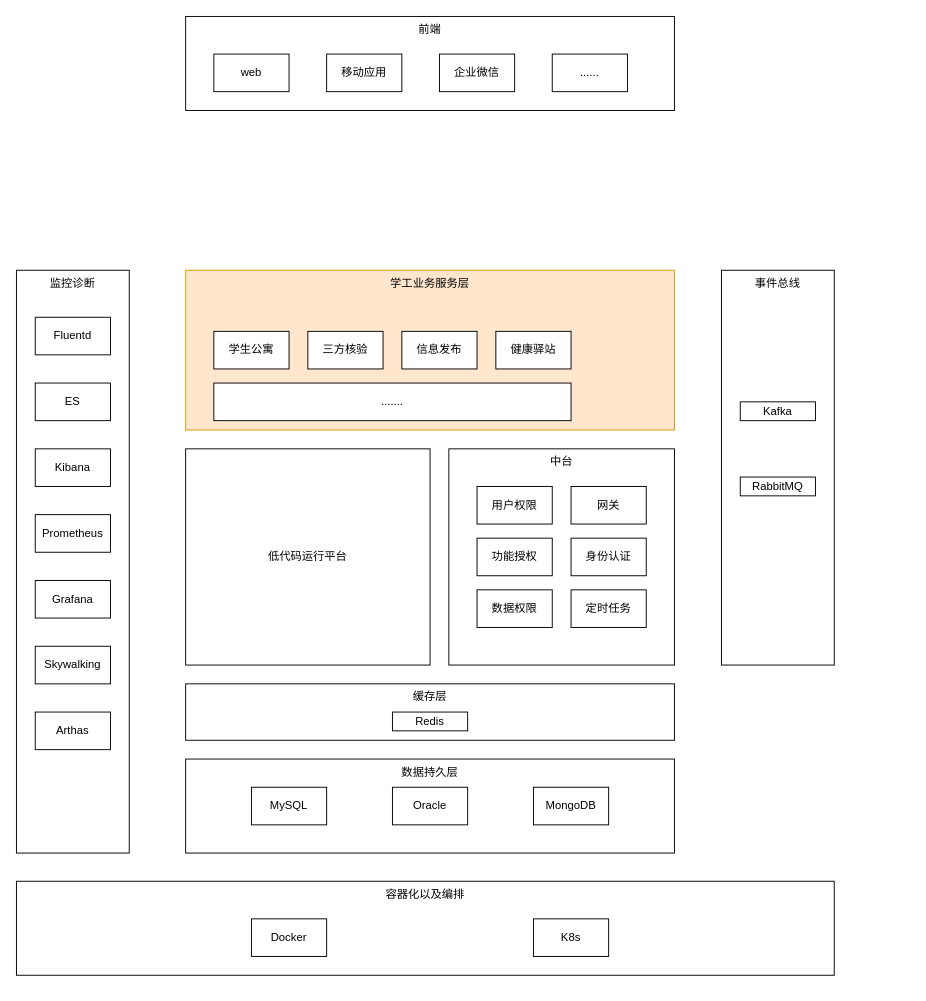
This is 学工技术架构.drawio from ProgrammerLZ/drawio, a draw.io file, before an edit. Source tidied: cells renumbered, new cells numbered last; positions are measured from the earlier drawing's top-left corner, leaving out a move shared by most shapes. Both pictures are drawn from the tidied source at 94%, with x=0, y=0 at pixel (16, 16).
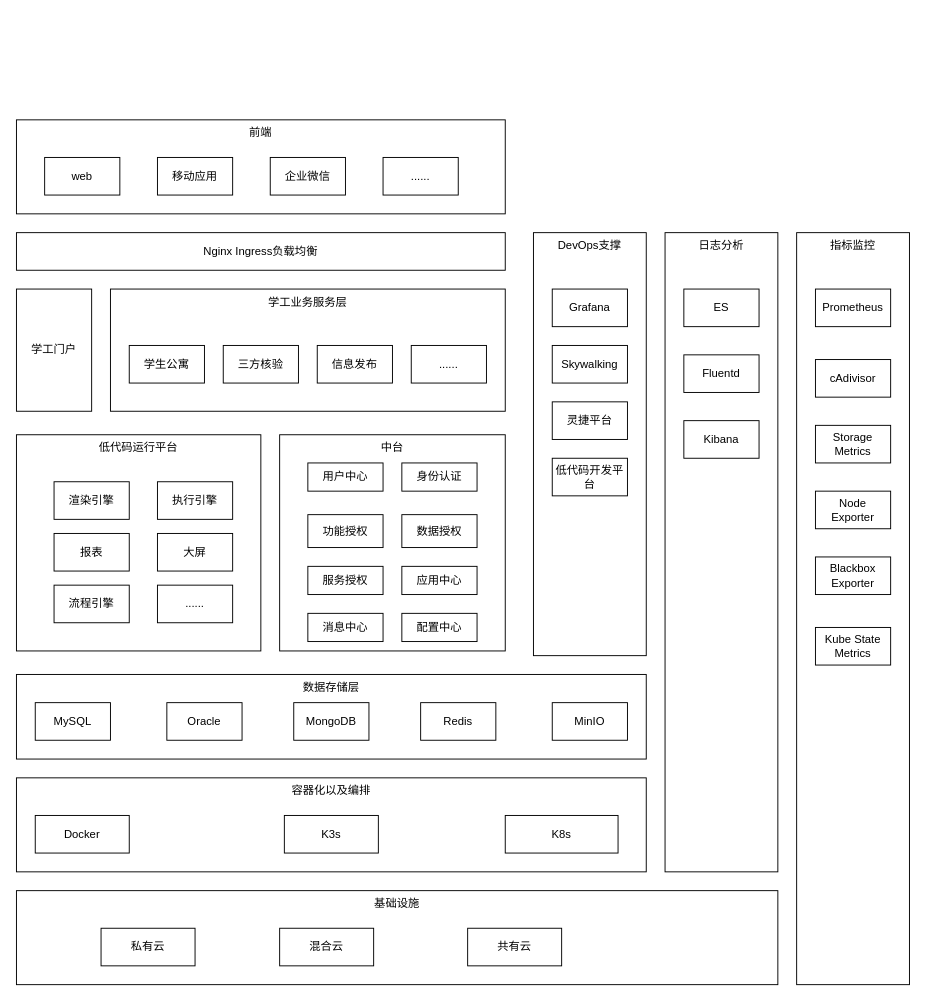
The same page after the edit.

Commit message:
更新学工技术架构.drawio

Change to the diagram source:
```diff
@@
+    <mxCell id="41" value="DevOps支撑" style="rounded=0;whiteSpace=wrap;html=1;verticalAlign=top;" parent="1" vertex="1">
+      <mxGeometry x="550" y="230" width="120" height="450" as="geometry" />
+    </mxCell>
+    <mxCell id="42" value="指标监控" style="rounded=0;whiteSpace=wrap;html=1;verticalAlign=top;" parent="1" vertex="1">
+      <mxGeometry x="830" y="230" width="120" height="800" as="geometry" />
+    </mxCell>
-    <mxCell id="2" value="学工业务服务层" style="rounded=0;whiteSpace=wrap;html=1;verticalAlign=top;fillColor=#ffe6cc;strokeColor=#d79b00;" parent="1" vertex="1">
-      <mxGeometry x="180" y="270" width="520" height="170" as="geometry" />
+    <mxCell id="2" value="学工业务服务层" style="rounded=0;whiteSpace=wrap;html=1;verticalAlign=top;" parent="1" vertex="1">
+      <mxGeometry x="100" y="290" width="420" height="130" as="geometry" />
     </mxCell>
     <mxCell id="3" value="学生公寓" style="rounded=0;whiteSpace=wrap;html=1;" parent="1" vertex="1">
-      <mxGeometry x="210" y="335" width="80" height="40" as="geometry" />
+      <mxGeometry x="120" y="350" width="80" height="40" as="geometry" />
     </mxCell>
-    <mxCell id="4" value="低代码运行平台" style="rounded=0;whiteSpace=wrap;html=1;verticalAlign=middle;" parent="1" vertex="1">
-      <mxGeometry x="180" y="460" width="260" height="230" as="geometry" />
+    <mxCell id="4" value="低代码运行平台" style="rounded=0;whiteSpace=wrap;html=1;verticalAlign=top;" parent="1" vertex="1">
+      <mxGeometry y="445" width="260" height="230" as="geometry" />
     </mxCell>
     <mxCell id="5" value="三方核验" style="rounded=0;whiteSpace=wrap;html=1;" parent="1" vertex="1">
-      <mxGeometry x="310" y="335" width="80" height="40" as="geometry" />
+      <mxGeometry x="220" y="350" width="80" height="40" as="geometry" />
     </mxCell>
     <mxCell id="6" value="信息发布" style="rounded=0;whiteSpace=wrap;html=1;" parent="1" vertex="1">
-      <mxGeometry x="410" y="335" width="80" height="40" as="geometry" />
+      <mxGeometry x="320" y="350" width="80" height="40" as="geometry" />
     </mxCell>
-    <mxCell id="7" value="健康驿站" style="rounded=0;whiteSpace=wrap;html=1;" parent="1" vertex="1">
-      <mxGeometry x="510" y="335" width="80" height="40" as="geometry" />
+    <mxCell id="7" value="学工门户" style="rounded=0;whiteSpace=wrap;html=1;" parent="1" vertex="1">
+      <mxGeometry y="290" width="80" height="130" as="geometry" />
     </mxCell>
-    <mxCell id="8" value="......." style="rounded=0;whiteSpace=wrap;html=1;" parent="1" vertex="1">
-      <mxGeometry x="210" y="390" width="380" height="40" as="geometry" />
-    </mxCell>
-    <mxCell id="9" value="数据持久层" style="rounded=0;whiteSpace=wrap;html=1;verticalAlign=top;" parent="1" vertex="1">
-      <mxGeometry x="180" y="790" width="520" height="100" as="geometry" />
+    <mxCell id="9" value="数据存储层" style="rounded=0;whiteSpace=wrap;html=1;verticalAlign=top;" parent="1" vertex="1">
+      <mxGeometry y="700" width="670" height="90" as="geometry" />
     </mxCell>
     <mxCell id="10" value="MySQL" style="rounded=0;whiteSpace=wrap;html=1;" parent="1" vertex="1">
-      <mxGeometry x="250" y="820" width="80" height="40" as="geometry" />
+      <mxGeometry x="20" y="730" width="80" height="40" as="geometry" />
     </mxCell>
     <mxCell id="11" value="Oracle" style="rounded=0;whiteSpace=wrap;html=1;" parent="1" vertex="1">
-      <mxGeometry x="400" y="820" width="80" height="40" as="geometry" />
+      <mxGeometry x="160" y="730" width="80" height="40" as="geometry" />
     </mxCell>
     <mxCell id="12" value="MongoDB" style="rounded=0;whiteSpace=wrap;html=1;" parent="1" vertex="1">
-      <mxGeometry x="550" y="820" width="80" height="40" as="geometry" />
+      <mxGeometry x="295" y="730" width="80" height="40" as="geometry" />
     </mxCell>
-    <mxCell id="13" value="缓存层" style="rounded=0;whiteSpace=wrap;html=1;verticalAlign=top;" parent="1" vertex="1">
-      <mxGeometry x="180" y="710" width="520" height="60" as="geometry" />
-    </mxCell>
     <mxCell id="14" value="Redis" style="rounded=0;whiteSpace=wrap;html=1;" parent="1" vertex="1">
-      <mxGeometry x="400" y="740" width="80" height="20" as="geometry" />
+      <mxGeometry x="430" y="730" width="80" height="40" as="geometry" />
     </mxCell>
-    <mxCell id="15" value="监控诊断" style="rounded=0;whiteSpace=wrap;html=1;verticalAlign=top;" parent="1" vertex="1">
-      <mxGeometry y="270" width="120" height="620" as="geometry" />
+    <mxCell id="15" value="日志分析" style="rounded=0;whiteSpace=wrap;html=1;verticalAlign=top;" parent="1" vertex="1">
+      <mxGeometry x="690" y="230" width="120" height="680" as="geometry" />
     </mxCell>
     <mxCell id="16" value="Fluentd" style="rounded=0;whiteSpace=wrap;html=1;" parent="1" vertex="1">
-      <mxGeometry x="20" y="320" width="80" height="40" as="geometry" />
+      <mxGeometry x="710" y="360" width="80" height="40" as="geometry" />
     </mxCell>
     <mxCell id="17" value="ES" style="rounded=0;whiteSpace=wrap;html=1;" parent="1" vertex="1">
-      <mxGeometry x="20" y="390" width="80" height="40" as="geometry" />
+      <mxGeometry x="710" y="290" width="80" height="40" as="geometry" />
     </mxCell>
-    <mxCell id="18" value="Kibana" style="rounded=0;whiteSpace=wrap;html=1;" parent="1" vertex="1">
-      <mxGeometry x="20" y="460" width="80" height="40" as="geometry" />
-    </mxCell>
     <mxCell id="19" value="Prometheus" style="rounded=0;whiteSpace=wrap;html=1;" parent="1" vertex="1">
-      <mxGeometry x="20" y="530" width="80" height="40" as="geometry" />
+      <mxGeometry x="850" y="290" width="80" height="40" as="geometry" />
     </mxCell>
     <mxCell id="20" value="Grafana" style="rounded=0;whiteSpace=wrap;html=1;" parent="1" vertex="1">
-      <mxGeometry x="20" y="600" width="80" height="40" as="geometry" />
+      <mxGeometry x="570" y="290" width="80" height="40" as="geometry" />
     </mxCell>
     <mxCell id="21" value="Skywalking" style="rounded=0;whiteSpace=wrap;html=1;" parent="1" vertex="1">
-      <mxGeometry x="20" y="670" width="80" height="40" as="geometry" />
+      <mxGeometry x="570" y="350" width="80" height="40" as="geometry" />
     </mxCell>
-    <mxCell id="22" value="事件总线" style="rounded=0;whiteSpace=wrap;html=1;verticalAlign=top;" parent="1" vertex="1">
-      <mxGeometry x="750" y="270" width="120" height="420" as="geometry" />
-    </mxCell>
-    <mxCell id="23" value="Kafka" style="rounded=0;whiteSpace=wrap;html=1;" parent="1" vertex="1">
-      <mxGeometry x="770" y="410" width="80" height="20" as="geometry" />
-    </mxCell>
-    <mxCell id="24" value="RabbitMQ" style="rounded=0;whiteSpace=wrap;html=1;" parent="1" vertex="1">
-      <mxGeometry x="770" y="490" width="80" height="20" as="geometry" />
-    </mxCell>
     <mxCell id="25" value="前端" style="rounded=0;whiteSpace=wrap;html=1;verticalAlign=top;" parent="1" vertex="1">
-      <mxGeometry x="180" width="520" height="100" as="geometry" />
+      <mxGeometry y="110" width="520" height="100" as="geometry" />
     </mxCell>
     <mxCell id="26" value="web" style="rounded=0;whiteSpace=wrap;html=1;" parent="1" vertex="1">
-      <mxGeometry x="210" y="40" width="80" height="40" as="geometry" />
+      <mxGeometry x="30" y="150" width="80" height="40" as="geometry" />
     </mxCell>
     <mxCell id="27" value="移动应用" style="rounded=0;whiteSpace=wrap;html=1;" parent="1" vertex="1">
-      <mxGeometry x="330" y="40" width="80" height="40" as="geometry" />
+      <mxGeometry x="150" y="150" width="80" height="40" as="geometry" />
     </mxCell>
     <mxCell id="28" value="企业微信" style="rounded=0;whiteSpace=wrap;html=1;" parent="1" vertex="1">
-      <mxGeometry x="450" y="40" width="80" height="40" as="geometry" />
+      <mxGeometry x="270" y="150" width="80" height="40" as="geometry" />
     </mxCell>
     <mxCell id="29" value="......" style="rounded=0;whiteSpace=wrap;html=1;" parent="1" vertex="1">
-      <mxGeometry x="570" y="40" width="80" height="40" as="geometry" />
+      <mxGeometry x="390" y="150" width="80" height="40" as="geometry" />
     </mxCell>
     <mxCell id="30" value="中台" style="rounded=0;whiteSpace=wrap;html=1;verticalAlign=top;" parent="1" vertex="1">
-      <mxGeometry x="460" y="460" width="240" height="230" as="geometry" />
+      <mxGeometry x="280" y="445" width="240" height="230" as="geometry" />
     </mxCell>
-    <mxCell id="31" value="用户权限" style="rounded=0;whiteSpace=wrap;html=1;" parent="1" vertex="1">
-      <mxGeometry x="490" y="500" width="80" height="40" as="geometry" />
+    <mxCell id="31" value="用户中心" style="rounded=0;whiteSpace=wrap;html=1;" parent="1" vertex="1">
+      <mxGeometry x="310" y="475" width="80" height="30" as="geometry" />
     </mxCell>
-    <mxCell id="32" value="网关" style="rounded=0;whiteSpace=wrap;html=1;" parent="1" vertex="1">
-      <mxGeometry x="590" y="500" width="80" height="40" as="geometry" />
+    <mxCell id="32" value="服务授权" style="rounded=0;whiteSpace=wrap;html=1;" parent="1" vertex="1">
+      <mxGeometry x="310" y="585" width="80" height="30" as="geometry" />
     </mxCell>
     <mxCell id="33" value="功能授权" style="rounded=0;whiteSpace=wrap;html=1;" parent="1" vertex="1">
-      <mxGeometry x="490" y="555" width="80" height="40" as="geometry" />
+      <mxGeometry x="310" y="530" width="80" height="35" as="geometry" />
     </mxCell>
     <mxCell id="34" value="身份认证" style="rounded=0;whiteSpace=wrap;html=1;" parent="1" vertex="1">
-      <mxGeometry x="590" y="555" width="80" height="40" as="geometry" />
+      <mxGeometry x="410" y="475" width="80" height="30" as="geometry" />
     </mxCell>
-    <mxCell id="35" value="Arthas" style="rounded=0;whiteSpace=wrap;html=1;" parent="1" vertex="1">
-      <mxGeometry x="20" y="740" width="80" height="40" as="geometry" />
-    </mxCell>
     <mxCell id="36" value="容器化以及编排" style="rounded=0;whiteSpace=wrap;html=1;verticalAlign=top;" parent="1" vertex="1">
-      <mxGeometry y="920" width="870" height="100" as="geometry" />
+      <mxGeometry y="810" width="670" height="100" as="geometry" />
     </mxCell>
     <mxCell id="37" value="Docker" style="rounded=0;whiteSpace=wrap;html=1;" parent="1" vertex="1">
-      <mxGeometry x="250" y="960" width="80" height="40" as="geometry" />
+      <mxGeometry x="20" y="850" width="100" height="40" as="geometry" />
     </mxCell>
     <mxCell id="38" value="K8s" style="rounded=0;whiteSpace=wrap;html=1;" parent="1" vertex="1">
-      <mxGeometry x="550" y="960" width="80" height="40" as="geometry" />
+      <mxGeometry x="520" y="850" width="120" height="40" as="geometry" />
     </mxCell>
-    <mxCell id="39" value="数据权限" style="rounded=0;whiteSpace=wrap;html=1;" parent="1" vertex="1">
-      <mxGeometry x="490" y="610" width="80" height="40" as="geometry" />
+    <mxCell id="39" value="数据授权" style="rounded=0;whiteSpace=wrap;html=1;" parent="1" vertex="1">
+      <mxGeometry x="410" y="530" width="80" height="35" as="geometry" />
     </mxCell>
-    <mxCell id="40" value="定时任务" style="rounded=0;whiteSpace=wrap;html=1;" parent="1" vertex="1">
-      <mxGeometry x="590" y="610" width="80" height="40" as="geometry" />
+    <mxCell id="40" value="应用中心" style="rounded=0;whiteSpace=wrap;html=1;" parent="1" vertex="1">
+      <mxGeometry x="410" y="585" width="80" height="30" as="geometry" />
     </mxCell>
+    <mxCell id="43" value="报表" style="rounded=0;whiteSpace=wrap;html=1;" parent="1" vertex="1">
+      <mxGeometry x="40" y="550" width="80" height="40" as="geometry" />
+    </mxCell>
+    <mxCell id="44" value="大屏" style="rounded=0;whiteSpace=wrap;html=1;" parent="1" vertex="1">
+      <mxGeometry x="150" y="550" width="80" height="40" as="geometry" />
+    </mxCell>
+    <mxCell id="45" value="渲染引擎" style="rounded=0;whiteSpace=wrap;html=1;" parent="1" vertex="1">
+      <mxGeometry x="40" y="495" width="80" height="40" as="geometry" />
+    </mxCell>
+    <mxCell id="46" value="执行引擎" style="rounded=0;whiteSpace=wrap;html=1;" parent="1" vertex="1">
+      <mxGeometry x="150" y="495" width="80" height="40" as="geometry" />
+    </mxCell>
+    <mxCell id="47" value="流程引擎" style="rounded=0;whiteSpace=wrap;html=1;" parent="1" vertex="1">
+      <mxGeometry x="40" y="605" width="80" height="40" as="geometry" />
+    </mxCell>
+    <mxCell id="48" value="MinIO" style="rounded=0;whiteSpace=wrap;html=1;" parent="1" vertex="1">
+      <mxGeometry x="570" y="730" width="80" height="40" as="geometry" />
+    </mxCell>
+    <mxCell id="49" value="......" style="rounded=0;whiteSpace=wrap;html=1;" parent="1" vertex="1">
+      <mxGeometry x="150" y="605" width="80" height="40" as="geometry" />
+    </mxCell>
+    <mxCell id="50" value="配置中心" style="rounded=0;whiteSpace=wrap;html=1;" parent="1" vertex="1">
+      <mxGeometry x="410" y="635" width="80" height="30" as="geometry" />
+    </mxCell>
+    <mxCell id="51" value="......" style="rounded=0;whiteSpace=wrap;html=1;" parent="1" vertex="1">
+      <mxGeometry x="420" y="350" width="80" height="40" as="geometry" />
+    </mxCell>
+    <mxCell id="52" value="Nginx Ingress负载均衡" style="rounded=0;whiteSpace=wrap;html=1;verticalAlign=middle;" parent="1" vertex="1">
+      <mxGeometry y="230" width="520" height="40" as="geometry" />
+    </mxCell>
+    <mxCell id="53" value="基础设施" style="rounded=0;whiteSpace=wrap;html=1;verticalAlign=top;" parent="1" vertex="1">
+      <mxGeometry y="930" width="810" height="100" as="geometry" />
+    </mxCell>
+    <mxCell id="54" value="私有云" style="rounded=0;whiteSpace=wrap;html=1;" parent="1" vertex="1">
+      <mxGeometry x="90" y="970" width="100" height="40" as="geometry" />
+    </mxCell>
+    <mxCell id="55" value="混合云" style="rounded=0;whiteSpace=wrap;html=1;" parent="1" vertex="1">
+      <mxGeometry x="280" y="970" width="100" height="40" as="geometry" />
+    </mxCell>
+    <mxCell id="56" value="共有云" style="rounded=0;whiteSpace=wrap;html=1;" parent="1" vertex="1">
+      <mxGeometry x="480" y="970" width="100" height="40" as="geometry" />
+    </mxCell>
+    <mxCell id="18" value="Kibana" style="rounded=0;whiteSpace=wrap;html=1;" parent="1" vertex="1">
+      <mxGeometry x="710" y="430" width="80" height="40" as="geometry" />
+    </mxCell>
+    <mxCell id="57" value="K3s" style="rounded=0;whiteSpace=wrap;html=1;" parent="1" vertex="1">
+      <mxGeometry x="285" y="850" width="100" height="40" as="geometry" />
+    </mxCell>
+    <mxCell id="58" value="cAdivisor" style="rounded=0;whiteSpace=wrap;html=1;" parent="1" vertex="1">
+      <mxGeometry x="850" y="365" width="80" height="40" as="geometry" />
+    </mxCell>
+    <mxCell id="59" value="Storage Metrics" style="rounded=0;whiteSpace=wrap;html=1;" parent="1" vertex="1">
+      <mxGeometry x="850" y="435" width="80" height="40" as="geometry" />
+    </mxCell>
+    <mxCell id="60" value="Node&lt;div&gt;Exporter&lt;/div&gt;" style="rounded=0;whiteSpace=wrap;html=1;" parent="1" vertex="1">
+      <mxGeometry x="850" y="505" width="80" height="40" as="geometry" />
+    </mxCell>
+    <mxCell id="61" value="Blackbox&lt;div&gt;Exporter&lt;/div&gt;" style="rounded=0;whiteSpace=wrap;html=1;" parent="1" vertex="1">
+      <mxGeometry x="850" y="575" width="80" height="40" as="geometry" />
+    </mxCell>
+    <mxCell id="62" value="灵捷平台" style="rounded=0;whiteSpace=wrap;html=1;" parent="1" vertex="1">
+      <mxGeometry x="570" y="410" width="80" height="40" as="geometry" />
+    </mxCell>
+    <mxCell id="63" value="Kube State&lt;div&gt;Metrics&lt;/div&gt;" style="rounded=0;whiteSpace=wrap;html=1;" parent="1" vertex="1">
+      <mxGeometry x="850" y="650" width="80" height="40" as="geometry" />
+    </mxCell>
+    <mxCell id="64" value="低代码开发平台" style="rounded=0;whiteSpace=wrap;html=1;" parent="1" vertex="1">
+      <mxGeometry x="570" y="470" width="80" height="40" as="geometry" />
+    </mxCell>
+    <mxCell id="65" value="消息中心" style="rounded=0;whiteSpace=wrap;html=1;" parent="1" vertex="1">
+      <mxGeometry x="310" y="635" width="80" height="30" as="geometry" />
+    </mxCell>
```
